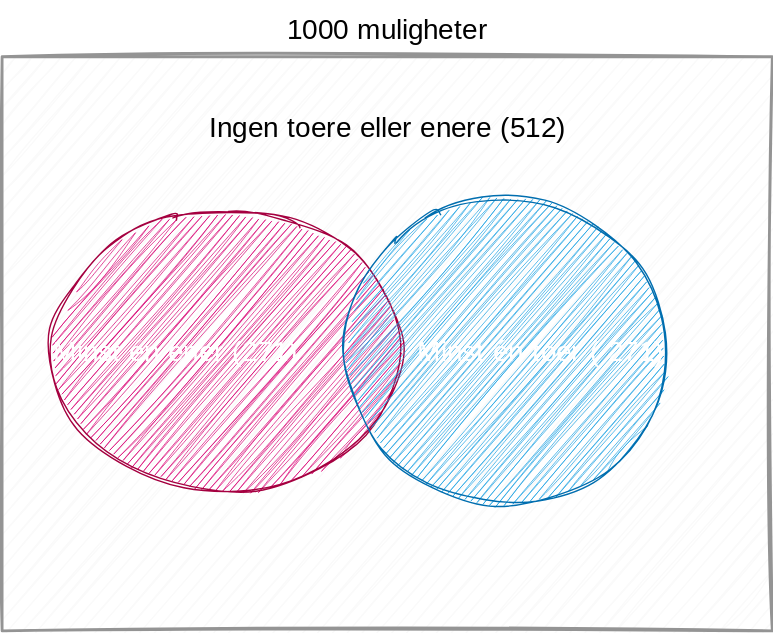
Above: img/sannsyn/øvinglåser.svg in Andremartiny/MA-173 (draw.io), before the change. Source tidied: cells renumbered, new cells last; positions are measured from the earlier drawing's top-left corner, leaving out a move shared by most shapes.
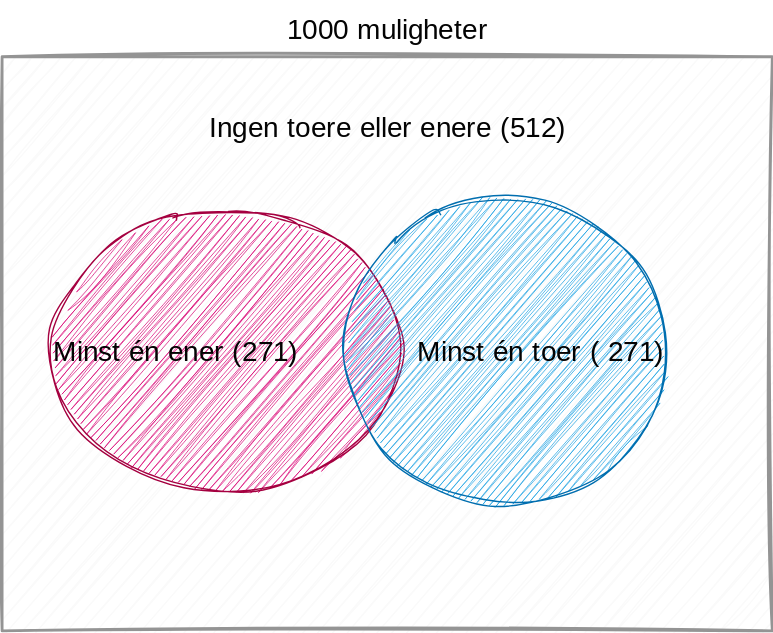
Above is the later version.

What changed in the source:
```diff
@@ -2,19 +2,19 @@
   <root>
     <mxCell id="0" />
     <mxCell id="1" parent="0" />
-    <mxCell id="2" style="whiteSpace=wrap;html=1;sketch=1;curveFitting=1;jiggle=2;fillColor=#fafafa;strokeColor=#949494;strokeWidth=2;fontFamily=Architects Daughter;fontSource=https%3A%2F%2Ffonts.googleapis.com%2Fcss%3Ffamily%3DArchitects%2BDaughter;" parent="1" vertex="1">
+    <mxCell id="2" style="whiteSpace=wrap;html=1;sketch=1;curveFitting=1;jiggle=2;fillColor=#fafafa;strokeColor=#949494;strokeWidth=2;fontFamily=Architects Daughter;fontSource=https%3A%2F%2Ffonts.googleapis.com%2Fcss%3Ffamily%3DArchitects%2BDaughter;fontColor=#030303;" parent="1" vertex="1">
       <mxGeometry y="40" width="550" height="410" as="geometry" />
     </mxCell>
-    <mxCell id="3" value="&lt;font&gt;1000 muligheter&lt;/font&gt;" style="text;html=1;align=center;verticalAlign=middle;strokeColor=none;fillColor=none;fontSize=20;fontFamily=Architects Daughter;fontSource=https%3A%2F%2Ffonts.googleapis.com%2Fcss%3Ffamily%3DArchitects%2BDaughter;" parent="1" vertex="1">
+    <mxCell id="3" value="&lt;font&gt;1000 muligheter&lt;/font&gt;" style="text;html=1;align=center;verticalAlign=middle;strokeColor=none;fillColor=none;fontSize=20;fontFamily=Architects Daughter;fontSource=https%3A%2F%2Ffonts.googleapis.com%2Fcss%3Ffamily%3DArchitects%2BDaughter;fontColor=#030303;" parent="1" vertex="1">
       <mxGeometry x="195" width="160" height="40" as="geometry" />
     </mxCell>
-    <mxCell id="4" value="&amp;nbsp;Minst én ener (271)" style="ellipse;whiteSpace=wrap;html=1;sketch=1;hachureGap=4;jiggle=2;curveFitting=1;fontFamily=Architects Daughter;fontSource=https%3A%2F%2Ffonts.googleapis.com%2Fcss%3Ffamily%3DArchitects%2BDaughter;fontSize=20;fillStyle=hachure;fillColor=#d80073;fontColor=#ffffff;strokeColor=#A50040;align=left;" parent="1" vertex="1">
+    <mxCell id="4" value="&amp;nbsp;Minst én ener (271)" style="ellipse;whiteSpace=wrap;html=1;sketch=1;hachureGap=4;jiggle=2;curveFitting=1;fontFamily=Architects Daughter;fontSource=https%3A%2F%2Ffonts.googleapis.com%2Fcss%3Ffamily%3DArchitects%2BDaughter;fontSize=20;fillStyle=hachure;fillColor=#d80073;fontColor=#030303;strokeColor=#A50040;align=left;" parent="1" vertex="1">
       <mxGeometry x="35" y="150" width="250" height="200" as="geometry" />
     </mxCell>
-    <mxCell id="5" value="&lt;blockquote style=&quot;margin: 0 0 0 40px; border: none; padding: 0px;&quot;&gt;&lt;/blockquote&gt;&lt;span style=&quot;background-color: initial;&quot;&gt;Minst én toer (&lt;/span&gt;271)&amp;nbsp;" style="ellipse;whiteSpace=wrap;html=1;sketch=1;hachureGap=4;jiggle=2;curveFitting=1;fontFamily=Architects Daughter;fontSource=https%3A%2F%2Ffonts.googleapis.com%2Fcss%3Ffamily%3DArchitects%2BDaughter;fontSize=20;fillColor=#1ba1e2;fontColor=#ffffff;strokeColor=#006EAF;align=right;" parent="1" vertex="1">
+    <mxCell id="5" value="&lt;blockquote style=&quot;margin: 0 0 0 40px; border: none; padding: 0px;&quot;&gt;&lt;/blockquote&gt;&lt;span style=&quot;background-color: initial;&quot;&gt;Minst én toer (&lt;/span&gt;271)&amp;nbsp;" style="ellipse;whiteSpace=wrap;html=1;sketch=1;hachureGap=4;jiggle=2;curveFitting=1;fontFamily=Architects Daughter;fontSource=https%3A%2F%2Ffonts.googleapis.com%2Fcss%3Ffamily%3DArchitects%2BDaughter;fontSize=20;fillColor=#1ba1e2;fontColor=#030303;strokeColor=#006EAF;align=right;" parent="1" vertex="1">
       <mxGeometry x="245" y="140" width="230" height="220" as="geometry" />
     </mxCell>
-    <mxCell id="6" value="Ingen toere eller enere (512)" style="text;html=1;align=center;verticalAlign=middle;strokeColor=none;fillColor=none;fontSize=20;fontFamily=Architects Daughter;fontSource=https%3A%2F%2Ffonts.googleapis.com%2Fcss%3Ffamily%3DArchitects%2BDaughter;" parent="1" vertex="1">
+    <mxCell id="6" value="Ingen toere eller enere (512)" style="text;html=1;align=center;verticalAlign=middle;strokeColor=none;fillColor=none;fontSize=20;fontFamily=Architects Daughter;fontSource=https%3A%2F%2Ffonts.googleapis.com%2Fcss%3Ffamily%3DArchitects%2BDaughter;fontColor=#030303;" parent="1" vertex="1">
       <mxGeometry x="130" y="70" width="290" height="40" as="geometry" />
     </mxCell>
   </root>
```
